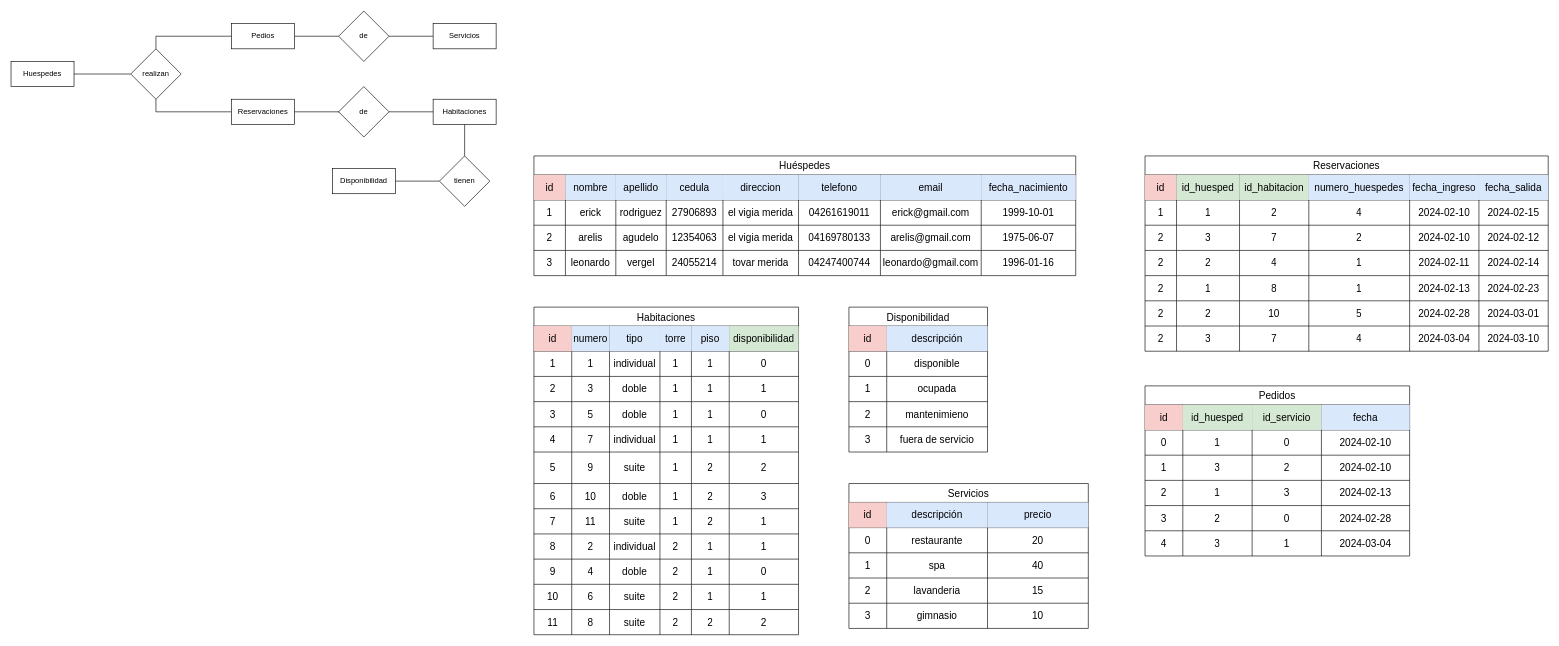
AlbanyNVRodriguez/draw---diagrams keeps this draw.io diagram as hotel.drawio. Above is the earlier version. Source tidied: cells renumbered, new cells numbered last; positions are measured from the earlier drawing's top-left corner, leaving out a move shared by most shapes. Both pictures are drawn from the tidied source at 63%, with x=0, y=0 at pixel (11, 11).
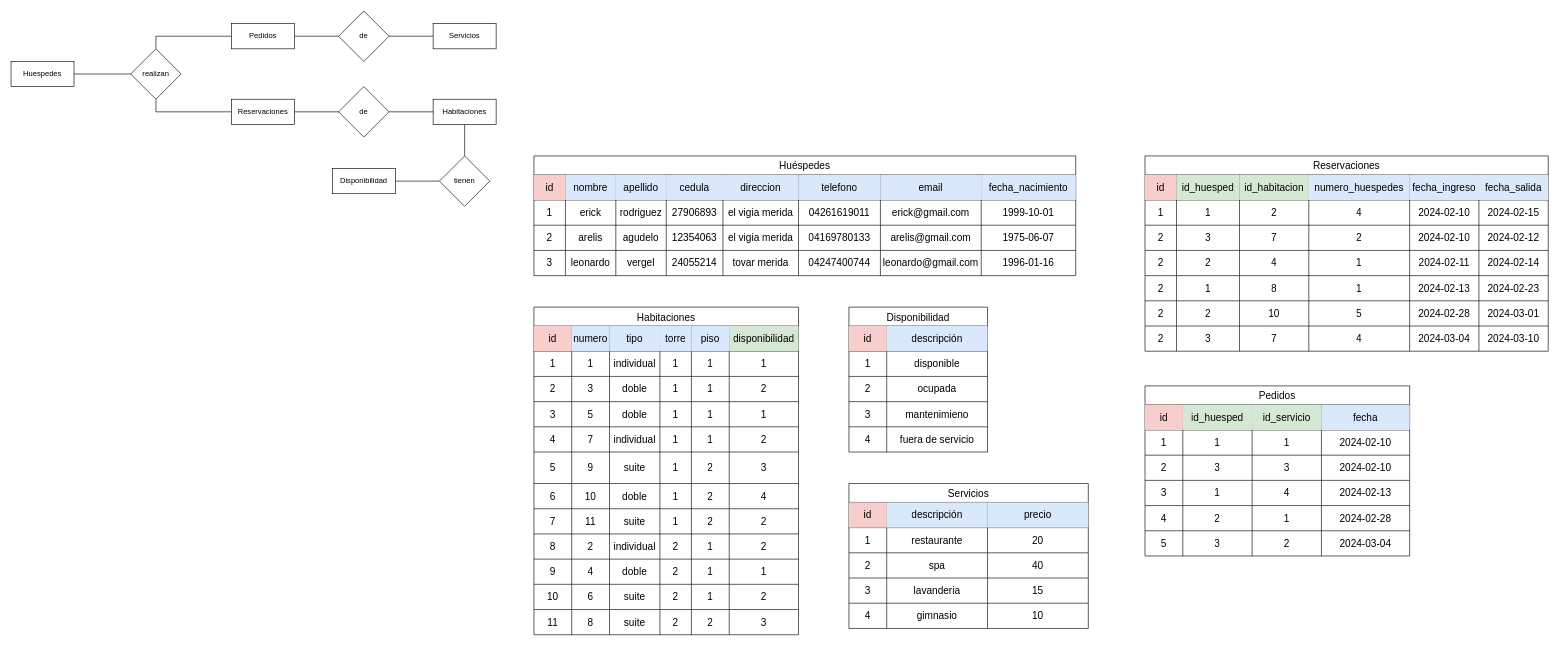
After the change.

The change refers to these unchanged cells:
```xml
<mxCell id="56" style="shape=tableRow;horizontal=0;startSize=0;swimlaneHead=0;swimlaneBody=0;strokeColor=inherit;top=0;left=0;bottom=0;right=0;fillColor=none;fontSize=16;" parent="48" vertex="1">
  <mxGeometry y="70" width="420" height="40" as="geometry" />
</mxCell>
<mxCell id="63" style="shape=tableRow;horizontal=0;startSize=0;swimlaneHead=0;swimlaneBody=0;strokeColor=inherit;top=0;left=0;bottom=0;right=0;fillColor=none;fontSize=16;" parent="48" vertex="1">
  <mxGeometry y="110" width="420" height="40" as="geometry" />
</mxCell>
<mxCell id="70" style="shape=tableRow;horizontal=0;startSize=0;swimlaneHead=0;swimlaneBody=0;strokeColor=inherit;top=0;left=0;bottom=0;right=0;fillColor=none;fontSize=16;" parent="48" vertex="1">
  <mxGeometry y="150" width="420" height="40" as="geometry" />
</mxCell>
<mxCell id="77" style="shape=tableRow;horizontal=0;startSize=0;swimlaneHead=0;swimlaneBody=0;strokeColor=inherit;top=0;left=0;bottom=0;right=0;fillColor=none;fontSize=16;" parent="48" vertex="1">
  <mxGeometry y="190" width="420" height="40" as="geometry" />
</mxCell>
<mxCell id="84" style="shape=tableRow;horizontal=0;startSize=0;swimlaneHead=0;swimlaneBody=0;strokeColor=inherit;top=0;left=0;bottom=0;right=0;fillColor=none;fontSize=16;" parent="48" vertex="1">
  <mxGeometry y="230" width="420" height="50" as="geometry" />
</mxCell>
<mxCell id="91" style="shape=tableRow;horizontal=0;startSize=0;swimlaneHead=0;swimlaneBody=0;strokeColor=inherit;top=0;left=0;bottom=0;right=0;fillColor=none;fontSize=16;" parent="48" vertex="1">
  <mxGeometry y="280" width="420" height="40" as="geometry" />
</mxCell>
<mxCell id="98" style="shape=tableRow;horizontal=0;startSize=0;swimlaneHead=0;swimlaneBody=0;strokeColor=inherit;top=0;left=0;bottom=0;right=0;fillColor=none;fontSize=16;" parent="48" vertex="1">
  <mxGeometry y="320" width="420" height="40" as="geometry" />
</mxCell>
<mxCell id="105" style="shape=tableRow;horizontal=0;startSize=0;swimlaneHead=0;swimlaneBody=0;strokeColor=inherit;top=0;left=0;bottom=0;right=0;fillColor=none;fontSize=16;" parent="48" vertex="1">
  <mxGeometry y="360" width="420" height="40" as="geometry" />
</mxCell>
<mxCell id="112" style="shape=tableRow;horizontal=0;startSize=0;swimlaneHead=0;swimlaneBody=0;strokeColor=inherit;top=0;left=0;bottom=0;right=0;fillColor=none;fontSize=16;" parent="48" vertex="1">
  <mxGeometry y="400" width="420" height="40" as="geometry" />
</mxCell>
<mxCell id="119" style="shape=tableRow;horizontal=0;startSize=0;swimlaneHead=0;swimlaneBody=0;strokeColor=inherit;top=0;left=0;bottom=0;right=0;fillColor=none;fontSize=16;" parent="48" vertex="1">
  <mxGeometry y="440" width="420" height="40" as="geometry" />
</mxCell>
<mxCell id="126" style="shape=tableRow;horizontal=0;startSize=0;swimlaneHead=0;swimlaneBody=0;strokeColor=inherit;top=0;left=0;bottom=0;right=0;fillColor=none;fontSize=16;" parent="48" vertex="1">
  <mxGeometry y="480" width="420" height="40" as="geometry" />
</mxCell>
<mxCell id="137" style="shape=tableRow;horizontal=0;startSize=0;swimlaneHead=0;swimlaneBody=0;strokeColor=inherit;top=0;left=0;bottom=0;right=0;fillColor=none;fontSize=16;" parent="133" vertex="1">
  <mxGeometry y="70" width="220" height="40" as="geometry" />
</mxCell>
<mxCell id="140" style="shape=tableRow;horizontal=0;startSize=0;swimlaneHead=0;swimlaneBody=0;strokeColor=inherit;top=0;left=0;bottom=0;right=0;fillColor=none;fontSize=16;" parent="133" vertex="1">
  <mxGeometry y="110" width="220" height="40" as="geometry" />
</mxCell>
<mxCell id="143" style="shape=tableRow;horizontal=0;startSize=0;swimlaneHead=0;swimlaneBody=0;strokeColor=inherit;top=0;left=0;bottom=0;right=0;fillColor=none;fontSize=16;" parent="133" vertex="1">
  <mxGeometry y="150" width="220" height="40" as="geometry" />
</mxCell>
<mxCell id="146" style="shape=tableRow;horizontal=0;startSize=0;swimlaneHead=0;swimlaneBody=0;strokeColor=inherit;top=0;left=0;bottom=0;right=0;fillColor=none;fontSize=16;" parent="133" vertex="1">
  <mxGeometry y="190" width="220" height="40" as="geometry" />
</mxCell>
<mxCell id="204" style="shape=tableRow;horizontal=0;startSize=0;swimlaneHead=0;swimlaneBody=0;strokeColor=inherit;top=0;left=0;bottom=0;right=0;fillColor=none;fontSize=16;" parent="199" vertex="1">
  <mxGeometry y="70" width="380" height="40" as="geometry" />
</mxCell>
<mxCell id="208" style="shape=tableRow;horizontal=0;startSize=0;swimlaneHead=0;swimlaneBody=0;strokeColor=inherit;top=0;left=0;bottom=0;right=0;fillColor=none;fontSize=16;" parent="199" vertex="1">
  <mxGeometry y="110" width="380" height="40" as="geometry" />
</mxCell>
<mxCell id="212" style="shape=tableRow;horizontal=0;startSize=0;swimlaneHead=0;swimlaneBody=0;strokeColor=inherit;top=0;left=0;bottom=0;right=0;fillColor=none;fontSize=16;" parent="199" vertex="1">
  <mxGeometry y="150" width="380" height="40" as="geometry" />
</mxCell>
<mxCell id="216" style="shape=tableRow;horizontal=0;startSize=0;swimlaneHead=0;swimlaneBody=0;strokeColor=inherit;top=0;left=0;bottom=0;right=0;fillColor=none;fontSize=16;" parent="199" vertex="1">
  <mxGeometry y="190" width="380" height="40" as="geometry" />
</mxCell>
<mxCell id="238" style="shape=tableRow;horizontal=0;startSize=0;swimlaneHead=0;swimlaneBody=0;strokeColor=inherit;top=0;left=0;bottom=0;right=0;fillColor=none;fontSize=16;" parent="232" vertex="1">
  <mxGeometry y="70" width="420" height="40" as="geometry" />
</mxCell>
<mxCell id="243" style="shape=tableRow;horizontal=0;startSize=0;swimlaneHead=0;swimlaneBody=0;strokeColor=inherit;top=0;left=0;bottom=0;right=0;fillColor=none;fontSize=16;" parent="232" vertex="1">
  <mxGeometry y="110" width="420" height="40" as="geometry" />
</mxCell>
<mxCell id="248" style="shape=tableRow;horizontal=0;startSize=0;swimlaneHead=0;swimlaneBody=0;strokeColor=inherit;top=0;left=0;bottom=0;right=0;fillColor=none;fontSize=16;" parent="232" vertex="1">
  <mxGeometry y="150" width="420" height="40" as="geometry" />
</mxCell>
<mxCell id="253" style="shape=tableRow;horizontal=0;startSize=0;swimlaneHead=0;swimlaneBody=0;strokeColor=inherit;top=0;left=0;bottom=0;right=0;fillColor=none;fontSize=16;" parent="232" vertex="1">
  <mxGeometry y="190" width="420" height="40" as="geometry" />
</mxCell>
<mxCell id="258" style="shape=tableRow;horizontal=0;startSize=0;swimlaneHead=0;swimlaneBody=0;strokeColor=inherit;top=0;left=0;bottom=0;right=0;fillColor=none;fontSize=16;" parent="232" vertex="1">
  <mxGeometry y="230" width="420" height="40" as="geometry" />
</mxCell>
```

Change to the diagram source:
```diff
@@
-    <mxCell id="10" value="Pedios" style="whiteSpace=wrap;html=1;align=center;" parent="1" vertex="1">
+    <mxCell id="10" value="Pedidos" style="whiteSpace=wrap;html=1;align=center;" parent="1" vertex="1">
       <mxGeometry x="350" y="20" width="100" height="40" as="geometry" />
     </mxCell>
@@
-    <mxCell id="62" value="0" style="shape=partialRectangle;html=1;whiteSpace=wrap;strokeColor=inherit;overflow=hidden;fillColor=none;top=0;left=0;bottom=0;right=0;fontSize=16;" parent="56" vertex="1">
+    <mxCell id="62" value="1" style="shape=partialRectangle;html=1;whiteSpace=wrap;strokeColor=inherit;overflow=hidden;fillColor=none;top=0;left=0;bottom=0;right=0;fontSize=16;" parent="56" vertex="1">
       <mxGeometry x="310" width="110" height="40" as="geometry" />
     </mxCell>
@@
-    <mxCell id="69" value="1" style="shape=partialRectangle;html=1;whiteSpace=wrap;strokeColor=inherit;overflow=hidden;fillColor=none;top=0;left=0;bottom=0;right=0;fontSize=16;" parent="63" vertex="1">
+    <mxCell id="69" value="2" style="shape=partialRectangle;html=1;whiteSpace=wrap;strokeColor=inherit;overflow=hidden;fillColor=none;top=0;left=0;bottom=0;right=0;fontSize=16;" parent="63" vertex="1">
       <mxGeometry x="310" width="110" height="40" as="geometry" />
     </mxCell>
@@
-    <mxCell id="76" value="0" style="shape=partialRectangle;html=1;whiteSpace=wrap;strokeColor=inherit;overflow=hidden;fillColor=none;top=0;left=0;bottom=0;right=0;fontSize=16;" parent="70" vertex="1">
+    <mxCell id="76" value="1" style="shape=partialRectangle;html=1;whiteSpace=wrap;strokeColor=inherit;overflow=hidden;fillColor=none;top=0;left=0;bottom=0;right=0;fontSize=16;" parent="70" vertex="1">
       <mxGeometry x="310" width="110" height="40" as="geometry" />
     </mxCell>
@@
-    <mxCell id="83" value="1" style="shape=partialRectangle;html=1;whiteSpace=wrap;strokeColor=inherit;overflow=hidden;fillColor=none;top=0;left=0;bottom=0;right=0;fontSize=16;" parent="77" vertex="1">
+    <mxCell id="83" value="2" style="shape=partialRectangle;html=1;whiteSpace=wrap;strokeColor=inherit;overflow=hidden;fillColor=none;top=0;left=0;bottom=0;right=0;fontSize=16;" parent="77" vertex="1">
       <mxGeometry x="310" width="110" height="40" as="geometry" />
     </mxCell>
@@
-    <mxCell id="90" value="2" style="shape=partialRectangle;html=1;whiteSpace=wrap;strokeColor=inherit;overflow=hidden;fillColor=none;top=0;left=0;bottom=0;right=0;fontSize=16;" parent="84" vertex="1">
+    <mxCell id="90" value="3" style="shape=partialRectangle;html=1;whiteSpace=wrap;strokeColor=inherit;overflow=hidden;fillColor=none;top=0;left=0;bottom=0;right=0;fontSize=16;" parent="84" vertex="1">
       <mxGeometry x="310" width="110" height="50" as="geometry" />
     </mxCell>
@@
-    <mxCell id="97" value="3" style="shape=partialRectangle;html=1;whiteSpace=wrap;strokeColor=inherit;overflow=hidden;fillColor=none;top=0;left=0;bottom=0;right=0;fontSize=16;" parent="91" vertex="1">
+    <mxCell id="97" value="4" style="shape=partialRectangle;html=1;whiteSpace=wrap;strokeColor=inherit;overflow=hidden;fillColor=none;top=0;left=0;bottom=0;right=0;fontSize=16;" parent="91" vertex="1">
       <mxGeometry x="310" width="110" height="40" as="geometry" />
     </mxCell>
@@
-    <mxCell id="104" value="1" style="shape=partialRectangle;html=1;whiteSpace=wrap;strokeColor=inherit;overflow=hidden;fillColor=none;top=0;left=0;bottom=0;right=0;fontSize=16;" parent="98" vertex="1">
+    <mxCell id="104" value="2" style="shape=partialRectangle;html=1;whiteSpace=wrap;strokeColor=inherit;overflow=hidden;fillColor=none;top=0;left=0;bottom=0;right=0;fontSize=16;" parent="98" vertex="1">
       <mxGeometry x="310" width="110" height="40" as="geometry" />
     </mxCell>
@@
-    <mxCell id="111" value="1" style="shape=partialRectangle;html=1;whiteSpace=wrap;strokeColor=inherit;overflow=hidden;fillColor=none;top=0;left=0;bottom=0;right=0;fontSize=16;" parent="105" vertex="1">
+    <mxCell id="111" value="2" style="shape=partialRectangle;html=1;whiteSpace=wrap;strokeColor=inherit;overflow=hidden;fillColor=none;top=0;left=0;bottom=0;right=0;fontSize=16;" parent="105" vertex="1">
       <mxGeometry x="310" width="110" height="40" as="geometry" />
     </mxCell>
@@
-    <mxCell id="118" value="0" style="shape=partialRectangle;html=1;whiteSpace=wrap;strokeColor=inherit;overflow=hidden;fillColor=none;top=0;left=0;bottom=0;right=0;fontSize=16;" parent="112" vertex="1">
+    <mxCell id="118" value="1" style="shape=partialRectangle;html=1;whiteSpace=wrap;strokeColor=inherit;overflow=hidden;fillColor=none;top=0;left=0;bottom=0;right=0;fontSize=16;" parent="112" vertex="1">
       <mxGeometry x="310" width="110" height="40" as="geometry" />
     </mxCell>
@@
-    <mxCell id="125" value="1" style="shape=partialRectangle;html=1;whiteSpace=wrap;strokeColor=inherit;overflow=hidden;fillColor=none;top=0;left=0;bottom=0;right=0;fontSize=16;" parent="119" vertex="1">
+    <mxCell id="125" value="2" style="shape=partialRectangle;html=1;whiteSpace=wrap;strokeColor=inherit;overflow=hidden;fillColor=none;top=0;left=0;bottom=0;right=0;fontSize=16;" parent="119" vertex="1">
       <mxGeometry x="310" width="110" height="40" as="geometry" />
     </mxCell>
@@
-    <mxCell id="132" value="2" style="shape=partialRectangle;html=1;whiteSpace=wrap;strokeColor=inherit;overflow=hidden;fillColor=none;top=0;left=0;bottom=0;right=0;fontSize=16;" parent="126" vertex="1">
+    <mxCell id="132" value="3" style="shape=partialRectangle;html=1;whiteSpace=wrap;strokeColor=inherit;overflow=hidden;fillColor=none;top=0;left=0;bottom=0;right=0;fontSize=16;" parent="126" vertex="1">
       <mxGeometry x="310" width="110" height="40" as="geometry" />
     </mxCell>
@@
-    <mxCell id="138" value="0" style="shape=partialRectangle;html=1;whiteSpace=wrap;strokeColor=inherit;overflow=hidden;fillColor=none;top=0;left=0;bottom=0;right=0;fontSize=16;" parent="137" vertex="1">
+    <mxCell id="138" value="1" style="shape=partialRectangle;html=1;whiteSpace=wrap;strokeColor=inherit;overflow=hidden;fillColor=none;top=0;left=0;bottom=0;right=0;fontSize=16;" parent="137" vertex="1">
       <mxGeometry width="60" height="40" as="geometry" />
     </mxCell>
@@
-    <mxCell id="141" value="1" style="shape=partialRectangle;html=1;whiteSpace=wrap;strokeColor=inherit;overflow=hidden;fillColor=none;top=0;left=0;bottom=0;right=0;fontSize=16;" parent="140" vertex="1">
+    <mxCell id="141" value="2" style="shape=partialRectangle;html=1;whiteSpace=wrap;strokeColor=inherit;overflow=hidden;fillColor=none;top=0;left=0;bottom=0;right=0;fontSize=16;" parent="140" vertex="1">
       <mxGeometry width="60" height="40" as="geometry" />
     </mxCell>
@@
-    <mxCell id="144" value="2" style="shape=partialRectangle;html=1;whiteSpace=wrap;strokeColor=inherit;overflow=hidden;fillColor=none;top=0;left=0;bottom=0;right=0;fontSize=16;" parent="143" vertex="1">
+    <mxCell id="144" value="3" style="shape=partialRectangle;html=1;whiteSpace=wrap;strokeColor=inherit;overflow=hidden;fillColor=none;top=0;left=0;bottom=0;right=0;fontSize=16;" parent="143" vertex="1">
       <mxGeometry width="60" height="40" as="geometry" />
     </mxCell>
@@
-    <mxCell id="147" value="3" style="shape=partialRectangle;html=1;whiteSpace=wrap;strokeColor=inherit;overflow=hidden;fillColor=none;top=0;left=0;bottom=0;right=0;fontSize=16;" parent="146" vertex="1">
+    <mxCell id="147" value="4" style="shape=partialRectangle;html=1;whiteSpace=wrap;strokeColor=inherit;overflow=hidden;fillColor=none;top=0;left=0;bottom=0;right=0;fontSize=16;" parent="146" vertex="1">
       <mxGeometry width="60" height="40" as="geometry" />
     </mxCell>
@@
-    <mxCell id="205" value="0" style="shape=partialRectangle;html=1;whiteSpace=wrap;strokeColor=inherit;overflow=hidden;fillColor=none;top=0;left=0;bottom=0;right=0;fontSize=16;" parent="204" vertex="1">
+    <mxCell id="205" value="1" style="shape=partialRectangle;html=1;whiteSpace=wrap;strokeColor=inherit;overflow=hidden;fillColor=none;top=0;left=0;bottom=0;right=0;fontSize=16;" parent="204" vertex="1">
       <mxGeometry width="60" height="40" as="geometry" />
     </mxCell>
@@
-    <mxCell id="209" value="1" style="shape=partialRectangle;html=1;whiteSpace=wrap;strokeColor=inherit;overflow=hidden;fillColor=none;top=0;left=0;bottom=0;right=0;fontSize=16;" parent="208" vertex="1">
+    <mxCell id="209" value="2" style="shape=partialRectangle;html=1;whiteSpace=wrap;strokeColor=inherit;overflow=hidden;fillColor=none;top=0;left=0;bottom=0;right=0;fontSize=16;" parent="208" vertex="1">
       <mxGeometry width="60" height="40" as="geometry" />
     </mxCell>
@@
-    <mxCell id="213" value="2" style="shape=partialRectangle;html=1;whiteSpace=wrap;strokeColor=inherit;overflow=hidden;fillColor=none;top=0;left=0;bottom=0;right=0;fontSize=16;" parent="212" vertex="1">
+    <mxCell id="213" value="3" style="shape=partialRectangle;html=1;whiteSpace=wrap;strokeColor=inherit;overflow=hidden;fillColor=none;top=0;left=0;bottom=0;right=0;fontSize=16;" parent="212" vertex="1">
       <mxGeometry width="60" height="40" as="geometry" />
     </mxCell>
@@
-    <mxCell id="217" value="3" style="shape=partialRectangle;html=1;whiteSpace=wrap;strokeColor=inherit;overflow=hidden;fillColor=none;top=0;left=0;bottom=0;right=0;fontSize=16;" parent="216" vertex="1">
+    <mxCell id="217" value="4" style="shape=partialRectangle;html=1;whiteSpace=wrap;strokeColor=inherit;overflow=hidden;fillColor=none;top=0;left=0;bottom=0;right=0;fontSize=16;" parent="216" vertex="1">
       <mxGeometry width="60" height="40" as="geometry" />
     </mxCell>
@@
-    <mxCell id="239" value="0" style="shape=partialRectangle;html=1;whiteSpace=wrap;strokeColor=inherit;overflow=hidden;fillColor=none;top=0;left=0;bottom=0;right=0;fontSize=16;" parent="238" vertex="1">
+    <mxCell id="239" value="1" style="shape=partialRectangle;html=1;whiteSpace=wrap;strokeColor=inherit;overflow=hidden;fillColor=none;top=0;left=0;bottom=0;right=0;fontSize=16;" parent="238" vertex="1">
       <mxGeometry width="60" height="40" as="geometry" />
     </mxCell>
@@
-    <mxCell id="241" value="0" style="shape=partialRectangle;html=1;whiteSpace=wrap;strokeColor=inherit;overflow=hidden;fillColor=none;top=0;left=0;bottom=0;right=0;fontSize=16;" parent="238" vertex="1">
+    <mxCell id="241" value="1" style="shape=partialRectangle;html=1;whiteSpace=wrap;strokeColor=inherit;overflow=hidden;fillColor=none;top=0;left=0;bottom=0;right=0;fontSize=16;" parent="238" vertex="1">
       <mxGeometry x="170" width="110" height="40" as="geometry" />
     </mxCell>
@@
-    <mxCell id="244" value="1" style="shape=partialRectangle;html=1;whiteSpace=wrap;strokeColor=inherit;overflow=hidden;fillColor=none;top=0;left=0;bottom=0;right=0;fontSize=16;" parent="243" vertex="1">
+    <mxCell id="244" value="2" style="shape=partialRectangle;html=1;whiteSpace=wrap;strokeColor=inherit;overflow=hidden;fillColor=none;top=0;left=0;bottom=0;right=0;fontSize=16;" parent="243" vertex="1">
       <mxGeometry width="60" height="40" as="geometry" />
     </mxCell>
@@
-    <mxCell id="246" value="2" style="shape=partialRectangle;html=1;whiteSpace=wrap;strokeColor=inherit;overflow=hidden;fillColor=none;top=0;left=0;bottom=0;right=0;fontSize=16;" parent="243" vertex="1">
+    <mxCell id="246" value="3" style="shape=partialRectangle;html=1;whiteSpace=wrap;strokeColor=inherit;overflow=hidden;fillColor=none;top=0;left=0;bottom=0;right=0;fontSize=16;" parent="243" vertex="1">
       <mxGeometry x="170" width="110" height="40" as="geometry" />
     </mxCell>
@@
-    <mxCell id="249" value="2" style="shape=partialRectangle;html=1;whiteSpace=wrap;strokeColor=inherit;overflow=hidden;fillColor=none;top=0;left=0;bottom=0;right=0;fontSize=16;" parent="248" vertex="1">
+    <mxCell id="249" value="3" style="shape=partialRectangle;html=1;whiteSpace=wrap;strokeColor=inherit;overflow=hidden;fillColor=none;top=0;left=0;bottom=0;right=0;fontSize=16;" parent="248" vertex="1">
       <mxGeometry width="60" height="40" as="geometry" />
     </mxCell>
@@
-    <mxCell id="251" value="3" style="shape=partialRectangle;html=1;whiteSpace=wrap;strokeColor=inherit;overflow=hidden;fillColor=none;top=0;left=0;bottom=0;right=0;fontSize=16;" parent="248" vertex="1">
+    <mxCell id="251" value="4" style="shape=partialRectangle;html=1;whiteSpace=wrap;strokeColor=inherit;overflow=hidden;fillColor=none;top=0;left=0;bottom=0;right=0;fontSize=16;" parent="248" vertex="1">
       <mxGeometry x="170" width="110" height="40" as="geometry" />
     </mxCell>
@@
-    <mxCell id="254" value="3" style="shape=partialRectangle;html=1;whiteSpace=wrap;strokeColor=inherit;overflow=hidden;fillColor=none;top=0;left=0;bottom=0;right=0;fontSize=16;" parent="253" vertex="1">
+    <mxCell id="254" value="4" style="shape=partialRectangle;html=1;whiteSpace=wrap;strokeColor=inherit;overflow=hidden;fillColor=none;top=0;left=0;bottom=0;right=0;fontSize=16;" parent="253" vertex="1">
       <mxGeometry width="60" height="40" as="geometry" />
     </mxCell>
@@
-    <mxCell id="256" value="0" style="shape=partialRectangle;html=1;whiteSpace=wrap;strokeColor=inherit;overflow=hidden;fillColor=none;top=0;left=0;bottom=0;right=0;fontSize=16;" parent="253" vertex="1">
+    <mxCell id="256" value="1" style="shape=partialRectangle;html=1;whiteSpace=wrap;strokeColor=inherit;overflow=hidden;fillColor=none;top=0;left=0;bottom=0;right=0;fontSize=16;" parent="253" vertex="1">
       <mxGeometry x="170" width="110" height="40" as="geometry" />
     </mxCell>
@@
-    <mxCell id="259" value="4" style="shape=partialRectangle;html=1;whiteSpace=wrap;strokeColor=inherit;overflow=hidden;fillColor=none;top=0;left=0;bottom=0;right=0;fontSize=16;" parent="258" vertex="1">
+    <mxCell id="259" value="5" style="shape=partialRectangle;html=1;whiteSpace=wrap;strokeColor=inherit;overflow=hidden;fillColor=none;top=0;left=0;bottom=0;right=0;fontSize=16;" parent="258" vertex="1">
       <mxGeometry width="60" height="40" as="geometry" />
     </mxCell>
@@
-    <mxCell id="261" value="1" style="shape=partialRectangle;html=1;whiteSpace=wrap;strokeColor=inherit;overflow=hidden;fillColor=none;top=0;left=0;bottom=0;right=0;fontSize=16;" parent="258" vertex="1">
+    <mxCell id="261" value="2" style="shape=partialRectangle;html=1;whiteSpace=wrap;strokeColor=inherit;overflow=hidden;fillColor=none;top=0;left=0;bottom=0;right=0;fontSize=16;" parent="258" vertex="1">
       <mxGeometry x="170" width="110" height="40" as="geometry" />
     </mxCell>
```
